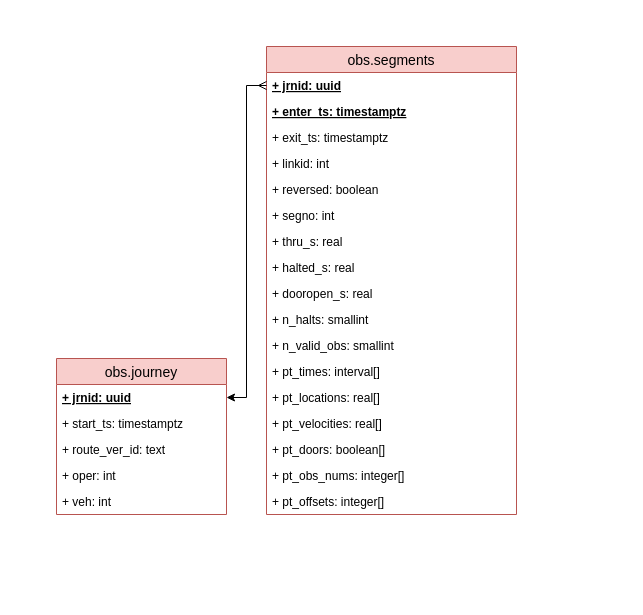
Before: page "obs" (2 of 6) of docs/sujuikoDB.drawio in datarttu/sujuikoDB, a draw.io diagram. Source tidied: cells renumbered, new cells numbered last; positions are measured from the earlier drawing's top-left corner, leaving out a move shared by most shapes. Both pictures are drawn from the tidied source at 100%, with x=0, y=0 at pixel (56, 46).
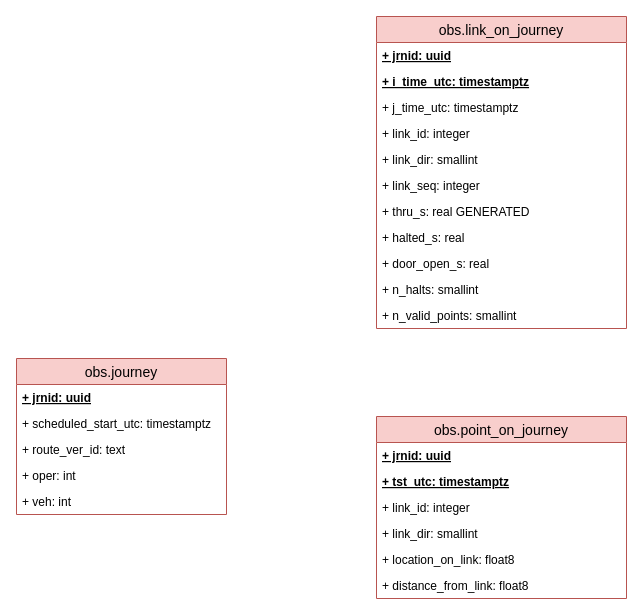
Above is the later version.

Commit message (it also covers changes not shown here):
Change smallint link_dir to boolean link_reversed

The change refers to these unchanged cells:
```xml
<mxCell id="3" value="+ jrnid: uuid" style="text;strokeColor=none;fillColor=none;spacingLeft=4;spacingRight=4;overflow=hidden;points=[[0,0.5],[1,0.5]];portConstraint=eastwest;fontSize=12;fontStyle=5;" parent="2" vertex="1">
  <mxGeometry y="26" width="250" height="26" as="geometry" />
</mxCell>
```

Diff of the diagram source:
```diff
@@
-    <mxCell id="2" value="obs.segments" style="swimlane;fontStyle=0;horizontal=1;startSize=26;fillColor=#f8cecc;swimlaneFillColor=#ffffff;align=center;fontSize=14;strokeColor=#b85450;" parent="1" vertex="1">
-      <mxGeometry x="210" width="250" height="468" as="geometry" />
+    <mxCell id="2" value="obs.link_on_journey" style="swimlane;fontStyle=0;horizontal=1;startSize=26;fillColor=#f8cecc;swimlaneFillColor=#ffffff;align=center;fontSize=14;strokeColor=#b85450;" parent="1" vertex="1">
+      <mxGeometry x="320" y="-30" width="250" height="312" as="geometry" />
     </mxCell>
@@
-    <mxCell id="4" value="+ enter_ts: timestamptz" style="text;strokeColor=none;fillColor=none;spacingLeft=4;spacingRight=4;overflow=hidden;fontSize=12;fontStyle=5;" parent="2" vertex="1">
+    <mxCell id="4" value="+ i_time_utc: timestamptz" style="text;strokeColor=none;fillColor=none;spacingLeft=4;spacingRight=4;overflow=hidden;fontSize=12;fontStyle=5;" parent="2" vertex="1">
       <mxGeometry y="52" width="250" height="26" as="geometry" />
     </mxCell>
-    <mxCell id="5" value="+ exit_ts: timestamptz" style="text;strokeColor=none;fillColor=none;spacingLeft=4;spacingRight=4;overflow=hidden;fontSize=12;" parent="2" vertex="1">
+    <mxCell id="5" value="+ j_time_utc: timestamptz" style="text;strokeColor=none;fillColor=none;spacingLeft=4;spacingRight=4;overflow=hidden;fontSize=12;" parent="2" vertex="1">
       <mxGeometry y="78" width="250" height="26" as="geometry" />
     </mxCell>
-    <mxCell id="6" value="+ linkid: int" style="text;strokeColor=none;fillColor=none;spacingLeft=4;spacingRight=4;overflow=hidden;fontSize=12;fontStyle=0;" parent="2" vertex="1">
+    <mxCell id="6" value="+ link_id: integer" style="text;strokeColor=none;fillColor=none;spacingLeft=4;spacingRight=4;overflow=hidden;fontSize=12;fontStyle=0;" parent="2" vertex="1">
       <mxGeometry y="104" width="250" height="26" as="geometry" />
     </mxCell>
-    <mxCell id="7" value="+ reversed: boolean" style="text;strokeColor=none;fillColor=none;spacingLeft=4;spacingRight=4;overflow=hidden;fontSize=12;" parent="2" vertex="1">
+    <mxCell id="7" value="+ link_dir: smallint" style="text;strokeColor=none;fillColor=none;spacingLeft=4;spacingRight=4;overflow=hidden;fontSize=12;" parent="2" vertex="1">
       <mxGeometry y="130" width="250" height="26" as="geometry" />
     </mxCell>
-    <mxCell id="8" value="+ segno: int" style="text;strokeColor=none;fillColor=none;spacingLeft=4;spacingRight=4;overflow=hidden;fontSize=12;" parent="2" vertex="1">
+    <mxCell id="8" value="+ link_seq: integer" style="text;strokeColor=none;fillColor=none;spacingLeft=4;spacingRight=4;overflow=hidden;fontSize=12;" parent="2" vertex="1">
       <mxGeometry y="156" width="250" height="26" as="geometry" />
     </mxCell>
-    <mxCell id="9" value="+ thru_s: real" style="text;strokeColor=none;fillColor=none;spacingLeft=4;spacingRight=4;overflow=hidden;fontSize=12;" parent="2" vertex="1">
+    <mxCell id="9" value="+ thru_s: real GENERATED" style="text;strokeColor=none;fillColor=none;spacingLeft=4;spacingRight=4;overflow=hidden;fontSize=12;" parent="2" vertex="1">
       <mxGeometry y="182" width="250" height="26" as="geometry" />
     </mxCell>
@@
-    <mxCell id="11" value="+ dooropen_s: real" style="text;strokeColor=none;fillColor=none;spacingLeft=4;spacingRight=4;overflow=hidden;fontSize=12;" parent="2" vertex="1">
+    <mxCell id="11" value="+ door_open_s: real" style="text;strokeColor=none;fillColor=none;spacingLeft=4;spacingRight=4;overflow=hidden;fontSize=12;" parent="2" vertex="1">
       <mxGeometry y="234" width="250" height="26" as="geometry" />
     </mxCell>
@@
-    <mxCell id="13" value="+ n_valid_obs: smallint" style="text;strokeColor=none;fillColor=none;spacingLeft=4;spacingRight=4;overflow=hidden;fontSize=12;" parent="2" vertex="1">
+    <mxCell id="13" value="+ n_valid_points: smallint" style="text;strokeColor=none;fillColor=none;spacingLeft=4;spacingRight=4;overflow=hidden;fontSize=12;" parent="2" vertex="1">
       <mxGeometry y="286" width="250" height="26" as="geometry" />
     </mxCell>
-    <mxCell id="14" value="+ pt_times: interval[]" style="text;strokeColor=none;fillColor=none;spacingLeft=4;spacingRight=4;overflow=hidden;fontSize=12;" parent="2" vertex="1">
-      <mxGeometry y="312" width="250" height="26" as="geometry" />
-    </mxCell>
-    <mxCell id="15" value="+ pt_locations: real[]" style="text;strokeColor=none;fillColor=none;spacingLeft=4;spacingRight=4;overflow=hidden;fontSize=12;" parent="2" vertex="1">
-      <mxGeometry y="338" width="250" height="26" as="geometry" />
-    </mxCell>
-    <mxCell id="16" value="+ pt_velocities: real[]" style="text;strokeColor=none;fillColor=none;spacingLeft=4;spacingRight=4;overflow=hidden;fontSize=12;" parent="2" vertex="1">
-      <mxGeometry y="364" width="250" height="26" as="geometry" />
-    </mxCell>
-    <mxCell id="17" value="+ pt_doors: boolean[]" style="text;strokeColor=none;fillColor=none;spacingLeft=4;spacingRight=4;overflow=hidden;fontSize=12;" parent="2" vertex="1">
-      <mxGeometry y="390" width="250" height="26" as="geometry" />
-    </mxCell>
-    <mxCell id="18" value="+ pt_obs_nums: integer[]" style="text;strokeColor=none;fillColor=none;spacingLeft=4;spacingRight=4;overflow=hidden;fontSize=12;" parent="2" vertex="1">
-      <mxGeometry y="416" width="250" height="26" as="geometry" />
-    </mxCell>
-    <mxCell id="19" value="+ pt_offsets: integer[]" style="text;strokeColor=none;fillColor=none;spacingLeft=4;spacingRight=4;overflow=hidden;fontSize=12;" parent="2" vertex="1">
-      <mxGeometry y="442" width="250" height="26" as="geometry" />
-    </mxCell>
     <mxCell id="20" value="obs.journey" style="swimlane;fontStyle=0;horizontal=1;startSize=26;fillColor=#f8cecc;swimlaneFillColor=#ffffff;align=center;fontSize=14;strokeColor=#b85450;" parent="1" vertex="1">
-      <mxGeometry y="312" width="170" height="156" as="geometry" />
+      <mxGeometry x="-40" y="312" width="210" height="156" as="geometry" />
     </mxCell>
     <mxCell id="21" value="+ jrnid: uuid" style="text;strokeColor=none;fillColor=none;spacingLeft=4;spacingRight=4;overflow=hidden;points=[[0,0.5],[1,0.5]];portConstraint=eastwest;fontSize=12;fontStyle=5;" parent="20" vertex="1">
-      <mxGeometry y="26" width="170" height="26" as="geometry" />
+      <mxGeometry y="26" width="210" height="26" as="geometry" />
     </mxCell>
-    <mxCell id="22" value="+ start_ts: timestamptz" style="text;strokeColor=none;fillColor=none;spacingLeft=4;spacingRight=4;overflow=hidden;fontSize=12;fontStyle=0;" parent="20" vertex="1">
-      <mxGeometry y="52" width="170" height="26" as="geometry" />
+    <mxCell id="22" value="+ scheduled_start_utc: timestamptz" style="text;strokeColor=none;fillColor=none;spacingLeft=4;spacingRight=4;overflow=hidden;fontSize=12;fontStyle=0;" parent="20" vertex="1">
+      <mxGeometry y="52" width="210" height="26" as="geometry" />
     </mxCell>
     <mxCell id="23" value="+ route_ver_id: text" style="text;strokeColor=none;fillColor=none;spacingLeft=4;spacingRight=4;overflow=hidden;fontSize=12;fontStyle=0;" parent="20" vertex="1">
-      <mxGeometry y="78" width="170" height="26" as="geometry" />
+      <mxGeometry y="78" width="210" height="26" as="geometry" />
     </mxCell>
     <mxCell id="24" value="+ oper: int" style="text;strokeColor=none;fillColor=none;spacingLeft=4;spacingRight=4;overflow=hidden;fontSize=12;" parent="20" vertex="1">
-      <mxGeometry y="104" width="170" height="26" as="geometry" />
+      <mxGeometry y="104" width="210" height="26" as="geometry" />
     </mxCell>
     <mxCell id="25" value="+ veh: int" style="text;strokeColor=none;fillColor=none;spacingLeft=4;spacingRight=4;overflow=hidden;fontSize=12;" parent="20" vertex="1">
-      <mxGeometry y="130" width="170" height="26" as="geometry" />
+      <mxGeometry y="130" width="210" height="26" as="geometry" />
     </mxCell>
-    <mxCell id="26" style="edgeStyle=orthogonalEdgeStyle;rounded=0;jettySize=auto;html=1;exitX=0;exitY=0.5;exitDx=0;exitDy=0;entryX=1;entryY=0.5;entryDx=0;entryDy=0;startArrow=ERmany;startFill=0;" parent="1" edge="1" source="3" target="21">
-      <mxGeometry relative="1" as="geometry" />
-    </mxCell>
+    <mxCell id="27" value="obs.point_on_journey" style="swimlane;fontStyle=0;horizontal=1;startSize=26;fillColor=#f8cecc;swimlaneFillColor=#ffffff;align=center;fontSize=14;strokeColor=#b85450;" parent="1" vertex="1">
+      <mxGeometry x="320" y="370" width="250" height="182" as="geometry" />
+    </mxCell>
+    <mxCell id="28" value="+ jrnid: uuid" style="text;strokeColor=none;fillColor=none;spacingLeft=4;spacingRight=4;overflow=hidden;fontSize=12;fontStyle=5;" parent="27" vertex="1">
+      <mxGeometry y="26" width="250" height="26" as="geometry" />
+    </mxCell>
+    <mxCell id="29" value="+ tst_utc: timestamptz" style="text;strokeColor=none;fillColor=none;spacingLeft=4;spacingRight=4;overflow=hidden;fontSize=12;fontStyle=5;" parent="27" vertex="1">
+      <mxGeometry y="52" width="250" height="26" as="geometry" />
+    </mxCell>
+    <mxCell id="30" value="+ link_id: integer" style="text;strokeColor=none;fillColor=none;spacingLeft=4;spacingRight=4;overflow=hidden;fontSize=12;" parent="27" vertex="1">
+      <mxGeometry y="78" width="250" height="26" as="geometry" />
+    </mxCell>
+    <mxCell id="31" value="+ link_dir: smallint" style="text;strokeColor=none;fillColor=none;spacingLeft=4;spacingRight=4;overflow=hidden;fontSize=12;" parent="27" vertex="1">
+      <mxGeometry y="104" width="250" height="26" as="geometry" />
+    </mxCell>
+    <mxCell id="32" value="+ location_on_link: float8" style="text;strokeColor=none;fillColor=none;spacingLeft=4;spacingRight=4;overflow=hidden;fontSize=12;" parent="27" vertex="1">
+      <mxGeometry y="130" width="250" height="26" as="geometry" />
+    </mxCell>
+    <mxCell id="33" value="+ distance_from_link: float8" style="text;strokeColor=none;fillColor=none;spacingLeft=4;spacingRight=4;overflow=hidden;fontSize=12;" parent="27" vertex="1">
+      <mxGeometry y="156" width="250" height="26" as="geometry" />
+    </mxCell>
```
